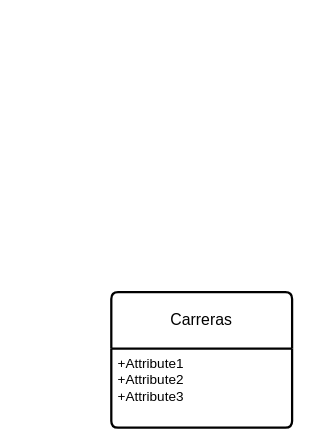
Earlier version of the draw.io diagram Untitled Diagram.drawio (Jolsman01/BasededatosIFODA). Source tidied: cells renumbered, new cells numbered last; positions are measured from the earlier drawing's top-left corner, leaving out a move shared by most shapes. Both pictures are drawn from the tidied source at 113%, with x=0, y=0 at pixel (111, 292).
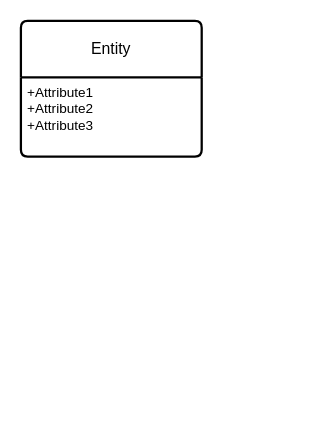
The same diagram, later.

The edit, as a diff of the source:
```diff
@@
 <mxGraphModel>
   <root>
     <mxCell id="0" />
     <mxCell id="1" parent="0" />
-    <mxCell id="2" value="Carreras" style="swimlane;horizontal=1;startSize=50;rounded=1;fontSize=14;fontStyle=0;strokeWidth=2;shadow=0;dashed=0;align=center;arcSize=4;whiteSpace=wrap;html=1;" parent="1" vertex="1">
-      <mxGeometry width="160" height="120" as="geometry" />
-    </mxCell>
+    <mxCell id="4" value="Entity" style="swimlane;horizontal=1;startSize=50;rounded=1;fontSize=14;fontStyle=0;strokeWidth=2;shadow=0;dashed=0;align=center;arcSize=4;whiteSpace=wrap;html=1;" parent="1" vertex="1">
+      <mxGeometry x="-80" y="-240" width="160" height="120" as="geometry" />
+    </mxCell>
-    <mxCell id="3" value="+Attribute1&#10;+Attribute2&#10;+Attribute3" style="align=left;strokeColor=none;fillColor=none;spacingLeft=4;spacingRight=4;fontSize=12;verticalAlign=top;html=1;whiteSpace=wrap;" parent="2" vertex="1">
+    <mxCell id="3" value="+Attribute1&#10;+Attribute2&#10;+Attribute3" style="align=left;strokeColor=none;fillColor=none;spacingLeft=4;spacingRight=4;fontSize=12;verticalAlign=top;html=1;whiteSpace=wrap;" parent="4" vertex="1">
       <mxGeometry y="50" width="160" height="70" as="geometry" />
     </mxCell>
   </root>
 </mxGraphModel>
```
